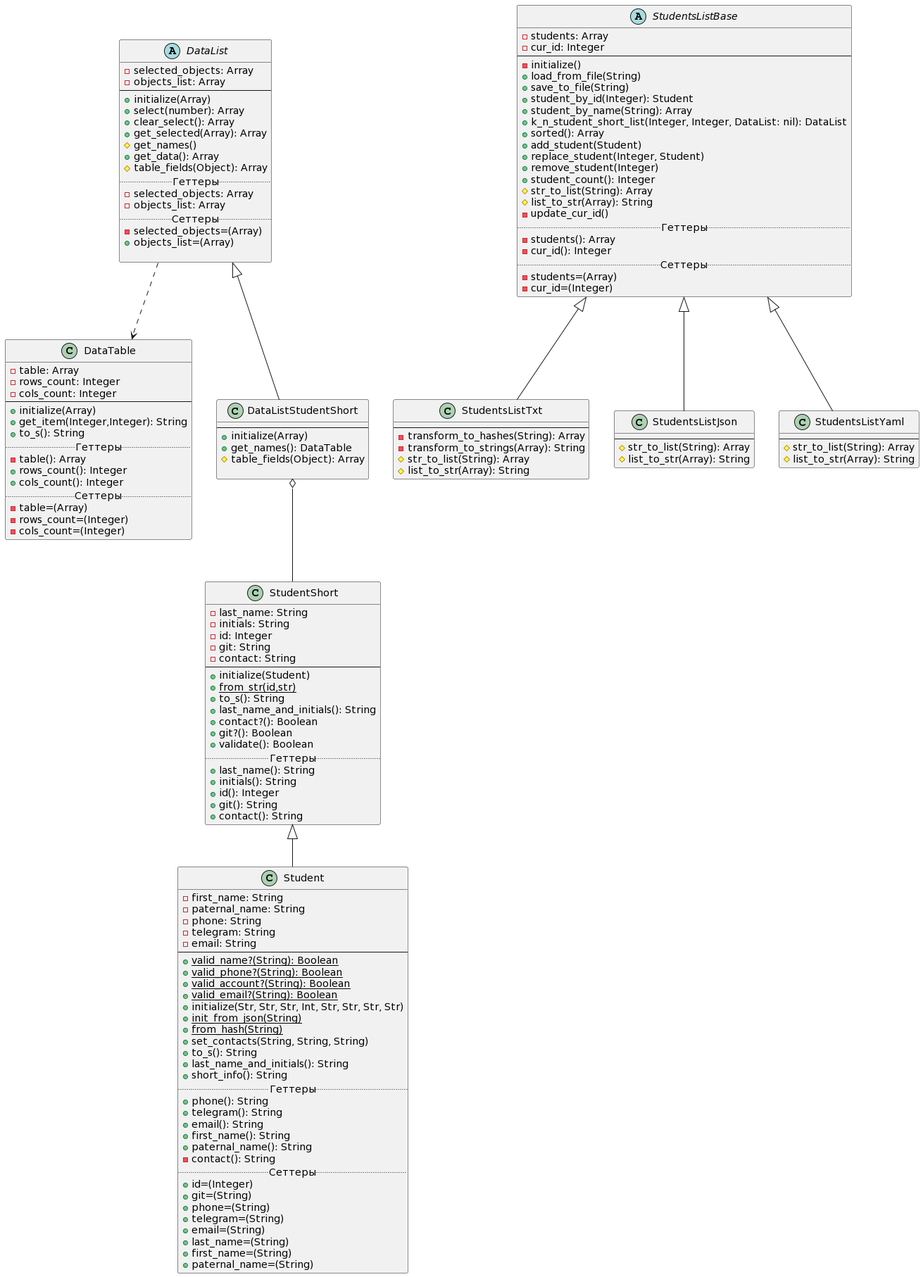
This is Diagrams/class_diagram_lab2.png from waasabi13/ruby_labs, a PlantUML export, as it was before one commit.
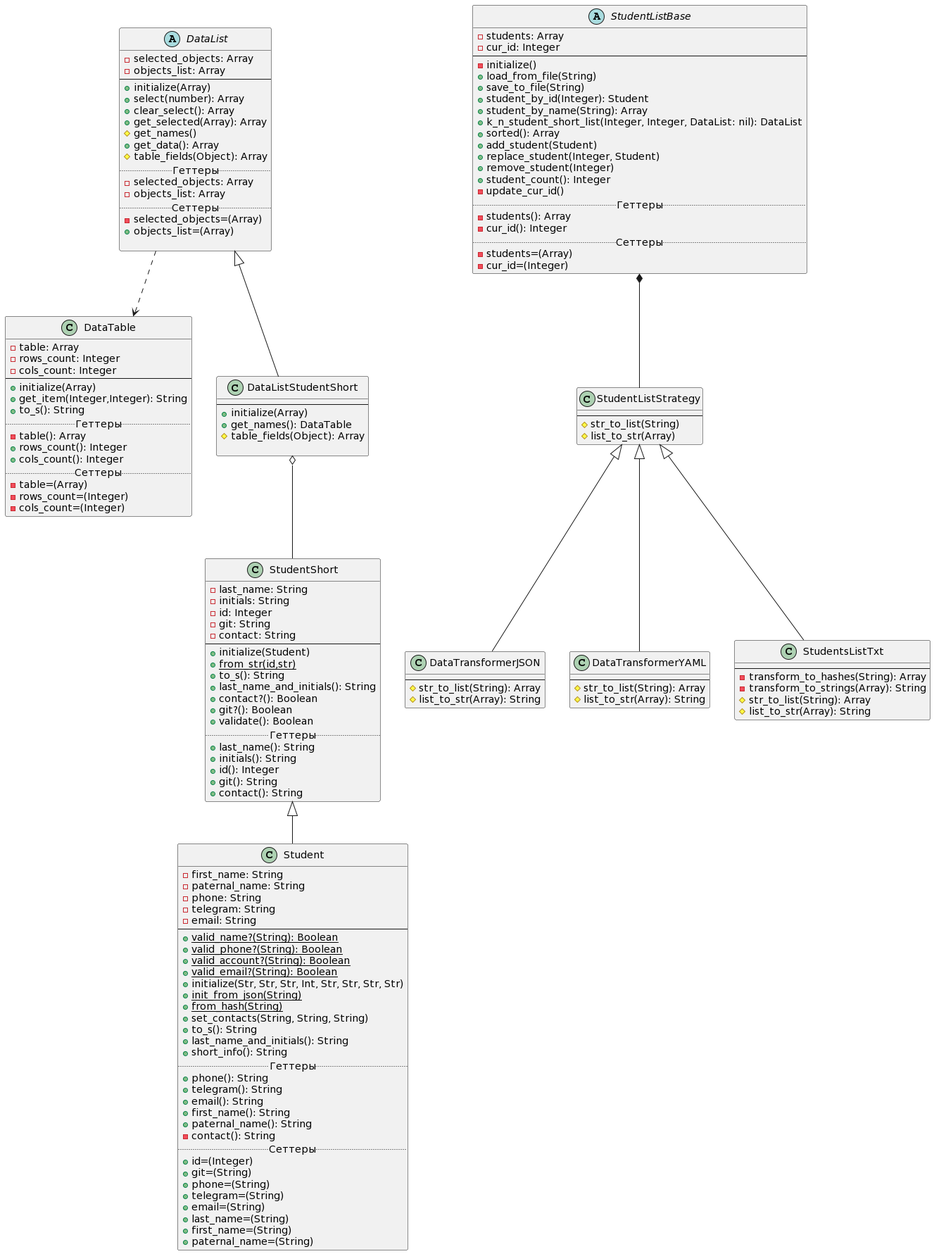
After the commit.

Diff of the diagram source:
```diff
@@ -1,5 +1,4 @@
 @startuml
-
 class StudentShort
 {
     -last_name: String
@@ -107,7 +106,7 @@
  }
 
 
-abstract class StudentsListBase {
+abstract class StudentListBase {
      -students: Array
      -cur_id: Integer
      --
@@ -122,8 +121,6 @@
      +replace_student(Integer, Student)
      +remove_student(Integer)
      +student_count(): Integer
-     #str_to_list(String): Array
-     #list_to_str(Array): String
      -update_cur_id()
      .. Геттеры ..
      -students(): Array
@@ -133,7 +130,25 @@
      -cur_id=(Integer)
  }
 
- class StudentsListTxt extends StudentsListBase {
+class StudentListStrategy {
+    --
+    #str_to_list(String)
+    #list_to_str(Array)
+}
+
+class DataTransformerJSON extends StudentListStrategy {
+    --
+    #str_to_list(String): Array
+    #list_to_str(Array): String
+}
+
+class DataTransformerYAML extends StudentListStrategy {
+    --
+    #str_to_list(String): Array
+    #list_to_str(Array): String
+}
+
+ class StudentsListTxt extends StudentListStrategy {
      --
      -transform_to_hashes(String): Array
      -transform_to_strings(Array): String
@@ -141,19 +156,7 @@
      #list_to_str(Array): String
  }
 
- class StudentsListJson extends StudentsListBase {
-     --
-     #str_to_list(String): Array
-     #list_to_str(Array): String
- }
-
- class StudentsListYaml extends StudentsListBase {
-     --
-     #str_to_list(String): Array
-     #list_to_str(Array): String
- }
-
 DataList ..> DataTable
-
+StudentListBase *-- StudentListStrategy
 DataListStudentShort o-- StudentShort
 @enduml
```
